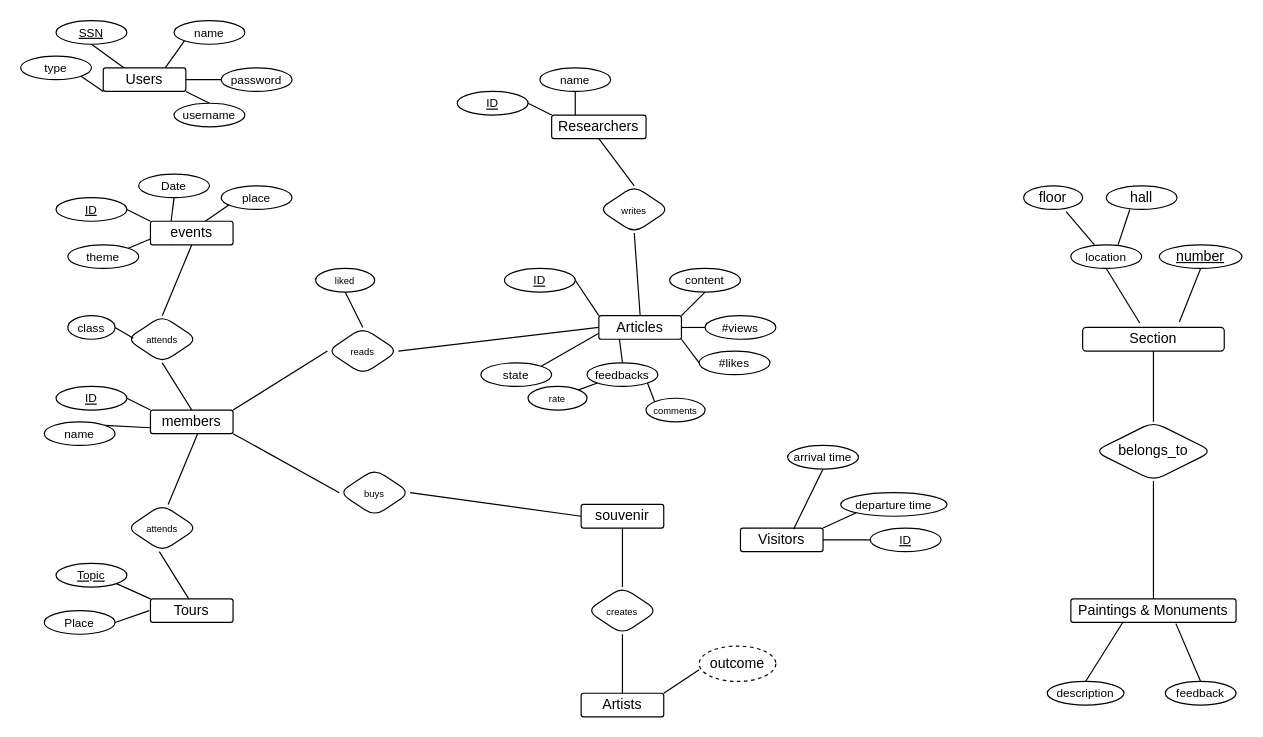
The draw.io diagram ER Diagram/museumER.drawio in Ahmed-ata112/Museum_APP, before the edit. Source tidied: cells renumbered, new cells numbered last; positions are measured from the earlier drawing's top-left corner, leaving out a move shared by most shapes. Both pictures are drawn from the tidied source at 118%, with x=0, y=0 at pixel (20, 20).
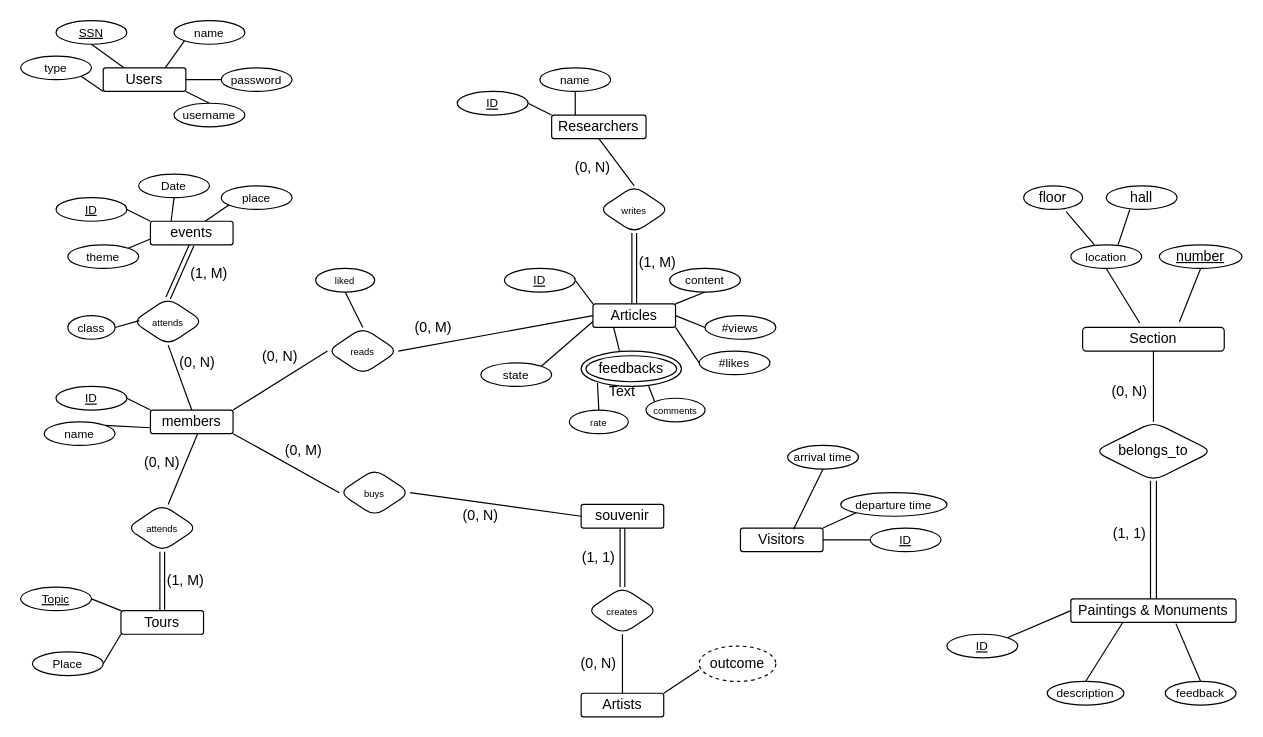
The same diagram, later.

Unchanged cells that the change refers to:
```xml
<mxCell id="18" value="events" style="arcSize=10;whiteSpace=wrap;html=1;align=center;rounded=1;" parent="1" vertex="1">
  <mxGeometry x="110" y="170" width="70" height="20" as="geometry" />
</mxCell>
<mxCell id="39" value="&lt;font style=&quot;font-size: 8px&quot;&gt;writes&lt;/font&gt;" style="shape=rhombus;perimeter=rhombusPerimeter;whiteSpace=wrap;html=1;align=center;rounded=1;fontSize=10;" parent="1" vertex="1">
  <mxGeometry x="490" y="140" width="60" height="40" as="geometry" />
</mxCell>
<mxCell id="50" value="&lt;span style=&quot;font-size: 8px&quot;&gt;comments&lt;/span&gt;" style="ellipse;whiteSpace=wrap;html=1;align=center;rounded=1;" parent="1" vertex="1">
  <mxGeometry x="530" y="320" width="50" height="20" as="geometry" />
</mxCell>
<mxCell id="63" value="&lt;font style=&quot;font-size: 8px&quot;&gt;attends&lt;/font&gt;" style="shape=rhombus;perimeter=rhombusPerimeter;whiteSpace=wrap;html=1;align=center;rounded=1;fontSize=10;" parent="1" vertex="1">
  <mxGeometry x="90" y="410" width="60" height="40" as="geometry" />
</mxCell>
<mxCell id="77" value="souvenir" style="arcSize=10;whiteSpace=wrap;html=1;align=center;rounded=1;" parent="1" vertex="1">
  <mxGeometry x="475" y="410" width="70" height="20" as="geometry" />
</mxCell>
<mxCell id="81" value="&lt;font style=&quot;font-size: 8px&quot;&gt;creates&lt;/font&gt;" style="shape=rhombus;perimeter=rhombusPerimeter;whiteSpace=wrap;html=1;align=center;rounded=1;fontSize=10;" parent="1" vertex="1">
  <mxGeometry x="480" y="480" width="60" height="40" as="geometry" />
</mxCell>
<mxCell id="86" value="Paintings &amp;amp; Monuments" style="arcSize=10;whiteSpace=wrap;html=1;align=center;rounded=1;" parent="1" vertex="1">
  <mxGeometry x="890" y="490" width="140" height="20" as="geometry" />
</mxCell>
<mxCell id="93" value="belongs_to" style="shape=rhombus;perimeter=rhombusPerimeter;whiteSpace=wrap;html=1;align=center;rounded=1;" parent="1" vertex="1">
  <mxGeometry x="910" y="340" width="100" height="50" as="geometry" />
</mxCell>
```

Change to the diagram source:
```diff
@@
-    <mxCell id="17" style="edgeStyle=none;rounded=1;jettySize=auto;html=1;exitX=0.5;exitY=1;exitDx=0;exitDy=0;entryX=0.5;entryY=0;entryDx=0;entryDy=0;fontSize=8;endArrow=none;endFill=0;" parent="1" edge="1" source="18" target="30">
+    <mxCell id="17" style="edgeStyle=none;rounded=1;jettySize=auto;html=1;exitX=0.5;exitY=1;exitDx=0;exitDy=0;entryX=0.5;entryY=0;entryDx=0;entryDy=0;fontSize=8;endArrow=none;endFill=0;shape=link;" parent="1" edge="1" source="18" target="30">
       <mxGeometry relative="1" as="geometry" />
     </mxCell>
@@
     <mxCell id="30" value="&lt;font style=&quot;font-size: 8px&quot;&gt;attends&lt;/font&gt;" style="shape=rhombus;perimeter=rhombusPerimeter;whiteSpace=wrap;html=1;align=center;rounded=1;fontSize=10;" parent="1" vertex="1">
-      <mxGeometry x="90" y="250" width="60" height="40" as="geometry" />
+      <mxGeometry x="95" y="235" width="60" height="40" as="geometry" />
     </mxCell>
@@
-    <mxCell id="38" style="edgeStyle=none;rounded=1;jettySize=auto;html=1;exitX=0.5;exitY=1;exitDx=0;exitDy=0;entryX=0.5;entryY=0;entryDx=0;entryDy=0;fontSize=8;endArrow=none;endFill=0;" parent="1" edge="1" source="39" target="44">
+    <mxCell id="38" style="edgeStyle=none;rounded=1;jettySize=auto;html=1;exitX=0.5;exitY=1;exitDx=0;exitDy=0;entryX=0.5;entryY=0;entryDx=0;entryDy=0;fontSize=8;endArrow=none;endFill=0;shape=link;" parent="1" edge="1" source="39" target="44">
       <mxGeometry relative="1" as="geometry" />
     </mxCell>
@@
-    <mxCell id="40" style="edgeStyle=none;rounded=1;jettySize=auto;html=1;exitX=0.25;exitY=1;exitDx=0;exitDy=0;entryX=0.5;entryY=0;entryDx=0;entryDy=0;fontSize=10;endArrow=none;endFill=0;" parent="1" edge="1" source="44" target="48">
-      <mxGeometry relative="1" as="geometry" />
+    <mxCell id="40" style="edgeStyle=none;rounded=1;jettySize=auto;html=1;exitX=0.25;exitY=1;exitDx=0;exitDy=0;entryX=0.5;entryY=0;entryDx=0;entryDy=0;fontSize=10;endArrow=none;endFill=0;" parent="1" edge="1" source="44">
+      <mxGeometry relative="1" as="geometry">
+        <mxPoint x="510" y="290" as="targetPoint" />
+      </mxGeometry>
     </mxCell>
@@
     <mxCell id="44" value="Articles" style="arcSize=10;whiteSpace=wrap;html=1;align=center;rounded=1;" parent="1" vertex="1">
-      <mxGeometry x="490" y="250" width="70" height="20" as="geometry" />
+      <mxGeometry x="485" y="240" width="70" height="20" as="geometry" />
     </mxCell>
@@
-    <mxCell id="48" value="&lt;font style=&quot;font-size: 10px&quot;&gt;feedbacks&lt;/font&gt;" style="ellipse;whiteSpace=wrap;html=1;align=center;rounded=1;" parent="1" vertex="1">
-      <mxGeometry x="480" y="290" width="60" height="20" as="geometry" />
-    </mxCell>
-    <mxCell id="49" style="edgeStyle=none;rounded=1;jettySize=auto;html=1;exitX=0;exitY=0;exitDx=0;exitDy=0;entryX=1;entryY=1;entryDx=0;entryDy=0;fontSize=8;endArrow=none;endFill=0;" parent="1" edge="1" source="50" target="48">
-      <mxGeometry relative="1" as="geometry" />
+    <mxCell id="49" style="edgeStyle=none;rounded=1;jettySize=auto;html=1;exitX=0;exitY=0;exitDx=0;exitDy=0;entryX=1;entryY=1;entryDx=0;entryDy=0;fontSize=8;endArrow=none;endFill=0;" parent="1" edge="1" source="50">
+      <mxGeometry relative="1" as="geometry">
+        <mxPoint x="531.2" y="307.1" as="targetPoint" />
+      </mxGeometry>
     </mxCell>
@@
-    <mxCell id="51" style="edgeStyle=none;rounded=1;jettySize=auto;html=1;exitX=1;exitY=0;exitDx=0;exitDy=0;entryX=0;entryY=1;entryDx=0;entryDy=0;fontSize=8;endArrow=none;endFill=0;" parent="1" edge="1" source="52" target="48">
-      <mxGeometry relative="1" as="geometry" />
+    <mxCell id="51" style="edgeStyle=none;rounded=1;jettySize=auto;html=1;exitX=0.5;exitY=0;exitDx=0;exitDy=0;entryX=0;entryY=1;entryDx=0;entryDy=0;fontSize=8;endArrow=none;endFill=0;" parent="1" edge="1" source="52">
+      <mxGeometry relative="1" as="geometry">
+        <mxPoint x="488.8" y="307.1" as="targetPoint" />
+      </mxGeometry>
     </mxCell>
     <mxCell id="52" value="&lt;span style=&quot;font-size: 8px&quot;&gt;rate&lt;/span&gt;" style="ellipse;whiteSpace=wrap;html=1;align=center;rounded=1;" parent="1" vertex="1">
-      <mxGeometry x="430" y="310" width="50" height="20" as="geometry" />
+      <mxGeometry x="465" y="330" width="50" height="20" as="geometry" />
     </mxCell>
@@
     <mxCell id="62" value="Tours" style="arcSize=10;whiteSpace=wrap;html=1;align=center;rounded=1;" parent="1" vertex="1">
-      <mxGeometry x="110" y="490" width="70" height="20" as="geometry" />
+      <mxGeometry x="85" y="500" width="70" height="20" as="geometry" />
     </mxCell>
@@
-    <mxCell id="65" style="edgeStyle=none;rounded=1;orthogonalLoop=1;jettySize=auto;html=1;exitX=0.5;exitY=1;exitDx=0;exitDy=0;entryX=0.5;entryY=0;entryDx=0;entryDy=0;fontSize=8;endArrow=none;endFill=0;" parent="1" edge="1">
-      <mxGeometry relative="1" as="geometry">
-        <mxPoint x="117.5" y="450" as="sourcePoint" />
-        <mxPoint x="142.5" y="490" as="targetPoint" />
-      </mxGeometry>
+    <mxCell id="65" style="edgeStyle=none;rounded=1;jettySize=auto;html=1;exitX=0.5;exitY=1;exitDx=0;exitDy=0;entryX=0.5;entryY=0;entryDx=0;entryDy=0;fontSize=8;endArrow=none;endFill=0;shape=link;" parent="1" edge="1" source="63" target="62">
+      <mxGeometry relative="1" as="geometry" />
     </mxCell>
     <mxCell id="66" value="&lt;span style=&quot;font-size: 10px&quot;&gt;Place&lt;br&gt;&lt;/span&gt;" style="ellipse;whiteSpace=wrap;html=1;align=center;rounded=1;" parent="1" vertex="1">
-      <mxGeometry x="20" y="500" width="60" height="20" as="geometry" />
+      <mxGeometry x="10" y="535" width="60" height="20" as="geometry" />
     </mxCell>
     <mxCell id="67" value="&lt;font style=&quot;font-size: 10px&quot;&gt;&lt;u&gt;Topic&lt;/u&gt;&lt;/font&gt;" style="ellipse;whiteSpace=wrap;html=1;align=center;rounded=1;" parent="1" vertex="1">
-      <mxGeometry x="30" y="460" width="60" height="20" as="geometry" />
+      <mxGeometry y="480" width="60" height="20" as="geometry" />
     </mxCell>
-    <mxCell id="68" style="edgeStyle=none;rounded=1;jettySize=auto;html=1;fontSize=10;endArrow=none;endFill=0;entryX=1;entryY=0.5;entryDx=0;entryDy=0;" parent="1" edge="1" target="66">
-      <mxGeometry relative="1" as="geometry">
-        <mxPoint x="109" y="500" as="sourcePoint" />
-      </mxGeometry>
+    <mxCell id="68" style="edgeStyle=none;rounded=1;jettySize=auto;html=1;fontSize=10;endArrow=none;endFill=0;entryX=1;entryY=0.5;entryDx=0;entryDy=0;exitX=0;exitY=1;exitDx=0;exitDy=0;" parent="1" edge="1" source="62" target="66">
+      <mxGeometry relative="1" as="geometry" />
     </mxCell>
-    <mxCell id="69" style="endArrow=none;html=1;entryX=0;entryY=0;entryDx=0;entryDy=0;exitX=1;exitY=1;exitDx=0;exitDy=0;" parent="1" edge="1" source="67" target="62">
+    <mxCell id="69" style="endArrow=none;html=1;entryX=0;entryY=0;entryDx=0;entryDy=0;exitX=1;exitY=0.5;exitDx=0;exitDy=0;" parent="1" edge="1" source="67" target="62">
       <mxGeometry relative="1" as="geometry" />
     </mxCell>
@@
-    <mxCell id="82" style="endArrow=none;html=1;entryX=0.5;entryY=1;entryDx=0;entryDy=0;exitX=0.5;exitY=0;exitDx=0;exitDy=0;" parent="1" edge="1" source="81" target="77">
+    <mxCell id="82" style="endArrow=none;html=1;entryX=0.5;entryY=1;entryDx=0;entryDy=0;exitX=0.5;exitY=0;exitDx=0;exitDy=0;shape=link;" parent="1" edge="1" source="81" target="77">
       <mxGeometry relative="1" as="geometry" />
     </mxCell>
@@
+    <mxCell id="104" style="rounded=0;jettySize=auto;html=1;exitX=0;exitY=0.5;exitDx=0;exitDy=0;entryX=1;entryY=0;entryDx=0;entryDy=0;anchorPointDirection=1;endArrow=none;endFill=0;" parent="1" edge="1" source="86" target="105">
+      <mxGeometry relative="1" as="geometry" />
+    </mxCell>
@@
-    <mxCell id="94" style="endArrow=none;html=1;exitX=0.5;exitY=0;exitDx=0;exitDy=0;" parent="1" edge="1" source="86">
-      <mxGeometry relative="1" as="geometry">
-        <mxPoint x="960" y="390" as="targetPoint" />
-      </mxGeometry>
-    </mxCell>
@@
+    <mxCell id="48" value="feedbacks" style="ellipse;shape=doubleEllipse;whiteSpace=wrap;html=1;" parent="1" vertex="1">
+      <mxGeometry x="475" y="280" width="85" height="30" as="geometry" />
+    </mxCell>
+    <mxCell id="105" value="&lt;span style=&quot;font-size: 10px&quot;&gt;&lt;u&gt;ID&lt;/u&gt;&lt;/span&gt;" style="ellipse;whiteSpace=wrap;html=1;align=center;rounded=1;" parent="1" vertex="1">
+      <mxGeometry x="785" y="520" width="60" height="20" as="geometry" />
+    </mxCell>
+    <mxCell id="106" value="Text" style="text;html=1;strokeColor=none;fillColor=none;align=center;verticalAlign=middle;whiteSpace=wrap;rounded=0;" parent="1" vertex="1">
+      <mxGeometry x="480" y="300" width="60" height="30" as="geometry" />
+    </mxCell>
+    <mxCell id="107" value="(0, N)" style="text;html=1;strokeColor=none;fillColor=none;align=center;verticalAlign=middle;whiteSpace=wrap;rounded=0;" parent="1" vertex="1">
+      <mxGeometry x="460" y="530" width="60" height="30" as="geometry" />
+    </mxCell>
+    <mxCell id="108" value="(1, 1)" style="text;html=1;strokeColor=none;fillColor=none;align=center;verticalAlign=middle;whiteSpace=wrap;rounded=0;" parent="1" vertex="1">
+      <mxGeometry x="460" y="440" width="60" height="30" as="geometry" />
+    </mxCell>
+    <mxCell id="109" value="(0, N)" style="text;html=1;strokeColor=none;fillColor=none;align=center;verticalAlign=middle;whiteSpace=wrap;rounded=0;" parent="1" vertex="1">
+      <mxGeometry x="360" y="405" width="60" height="30" as="geometry" />
+    </mxCell>
+    <mxCell id="110" value="(0, M)" style="text;html=1;strokeColor=none;fillColor=none;align=center;verticalAlign=middle;whiteSpace=wrap;rounded=0;" parent="1" vertex="1">
+      <mxGeometry x="210" y="350" width="60" height="30" as="geometry" />
+    </mxCell>
+    <mxCell id="111" value="(1, M)" style="text;html=1;strokeColor=none;fillColor=none;align=center;verticalAlign=middle;whiteSpace=wrap;rounded=0;" parent="1" vertex="1">
+      <mxGeometry x="110" y="460" width="60" height="30" as="geometry" />
+    </mxCell>
+    <mxCell id="112" value="(0, N)" style="text;html=1;strokeColor=none;fillColor=none;align=center;verticalAlign=middle;whiteSpace=wrap;rounded=0;" parent="1" vertex="1">
+      <mxGeometry x="90" y="360" width="60" height="30" as="geometry" />
+    </mxCell>
+    <mxCell id="113" value="(0, N)" style="text;html=1;strokeColor=none;fillColor=none;align=center;verticalAlign=middle;whiteSpace=wrap;rounded=0;" parent="1" vertex="1">
+      <mxGeometry x="455" y="110" width="60" height="30" as="geometry" />
+    </mxCell>
+    <mxCell id="114" value="(1, M)" style="text;html=1;strokeColor=none;fillColor=none;align=center;verticalAlign=middle;whiteSpace=wrap;rounded=0;" parent="1" vertex="1">
+      <mxGeometry x="510" y="190" width="60" height="30" as="geometry" />
+    </mxCell>
+    <mxCell id="115" value="(0, N)" style="text;html=1;strokeColor=none;fillColor=none;align=center;verticalAlign=middle;whiteSpace=wrap;rounded=0;" parent="1" vertex="1">
+      <mxGeometry x="910" y="300" width="60" height="30" as="geometry" />
+    </mxCell>
+    <mxCell id="116" value="(1, 1)" style="text;html=1;strokeColor=none;fillColor=none;align=center;verticalAlign=middle;whiteSpace=wrap;rounded=0;" parent="1" vertex="1">
+      <mxGeometry x="910" y="420" width="60" height="30" as="geometry" />
+    </mxCell>
+    <mxCell id="117" value="(1, M)" style="text;html=1;strokeColor=none;fillColor=none;align=center;verticalAlign=middle;whiteSpace=wrap;rounded=0;" parent="1" vertex="1">
+      <mxGeometry x="130" y="200" width="60" height="30" as="geometry" />
+    </mxCell>
+    <mxCell id="118" value="(0, N)" style="text;html=1;strokeColor=none;fillColor=none;align=center;verticalAlign=middle;whiteSpace=wrap;rounded=0;" parent="1" vertex="1">
+      <mxGeometry x="120" y="275" width="60" height="30" as="geometry" />
+    </mxCell>
+    <mxCell id="119" value="(0, N)" style="text;html=1;strokeColor=none;fillColor=none;align=center;verticalAlign=middle;whiteSpace=wrap;rounded=0;" parent="1" vertex="1">
+      <mxGeometry x="190" y="270" width="60" height="30" as="geometry" />
+    </mxCell>
+    <mxCell id="120" value="(0, M)" style="text;html=1;strokeColor=none;fillColor=none;align=center;verticalAlign=middle;whiteSpace=wrap;rounded=0;" parent="1" vertex="1">
+      <mxGeometry x="320" y="245" width="60" height="30" as="geometry" />
+    </mxCell>
+    <mxCell id="121" style="shape=link;html=1;rounded=0;endArrow=none;endFill=0;strokeWidth=1;width=5;entryX=0.5;entryY=0;entryDx=0;entryDy=0;exitX=0.5;exitY=1;exitDx=0;exitDy=0;" parent="1" edge="1" source="93" target="86">
+      <mxGeometry relative="1" as="geometry" />
+    </mxCell>
```
